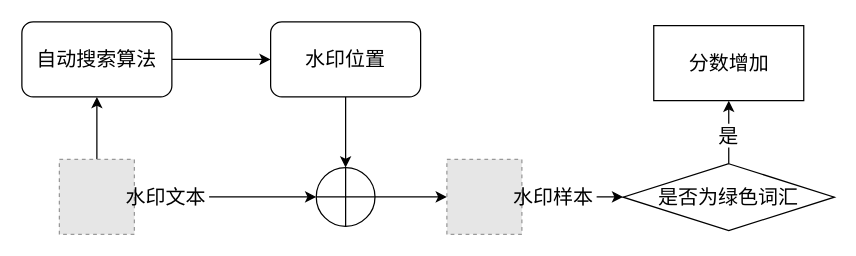
Before: d3.drawio in Icathian-Rain/process_maps, a draw.io diagram. Source tidied: cells renumbered, new cells numbered last; positions are measured from the earlier drawing's top-left corner, leaving out a move shared by most shapes. Both pictures are drawn from the tidied source at 125%, with x=0, y=0 at pixel (21, 21). Pictures stored in the file or linked from it are replaced by grey dashed boxes.
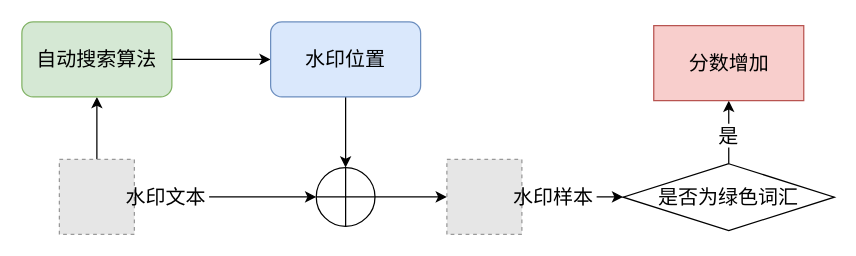
Above is the later version.

Diff of the diagram source:
```diff
@@
 <mxGraphModel background="#ffffff">
   <root>
     <mxCell id="0" />
     <mxCell id="1" parent="0" />
     <mxCell id="2" style="edgeStyle=orthogonalEdgeStyle;rounded=0;jettySize=auto;html=1;exitX=0.5;exitY=0;exitDx=0;exitDy=0;entryX=0.5;entryY=1;entryDx=0;entryDy=0;fontSize=16;" parent="1" edge="1" source="3" target="7">
       <mxGeometry relative="1" as="geometry" />
     </mxCell>
     <mxCell id="3" style="fillColor=#E6E6E6;strokeColor=#999999;dashed=1;verticalLabelPosition=bottom;labelBackgroundColor=default;verticalAlign=top;fontSize=16;" parent="1" vertex="1">
       <mxGeometry x="30" y="110" width="60" height="60" as="geometry" />
     </mxCell>
     <mxCell id="4" style="edgeStyle=orthogonalEdgeStyle;rounded=0;jettySize=auto;html=1;exitX=1;exitY=0.5;exitDx=0;exitDy=0;entryX=0;entryY=0.5;entryDx=0;entryDy=0;fontSize=16;" parent="1" edge="1" source="5" target="11">
       <mxGeometry relative="1" as="geometry" />
     </mxCell>
     <mxCell id="5" value="水印文本" style="text;html=1;align=center;verticalAlign=middle;whiteSpace=wrap;rounded=0;fontSize=16;strokeWidth=2;" parent="1" vertex="1">
       <mxGeometry x="81" y="117.5" width="68.8" height="45" as="geometry" />
     </mxCell>
     <mxCell id="6" style="edgeStyle=orthogonalEdgeStyle;rounded=0;jettySize=auto;html=1;fontSize=16;" parent="1" edge="1" source="7" target="9">
       <mxGeometry relative="1" as="geometry" />
     </mxCell>
-    <mxCell id="7" value="自动搜索算法" style="rounded=1;whiteSpace=wrap;html=1;fontSize=16;" parent="1" vertex="1">
+    <mxCell id="7" value="自动搜索算法" style="rounded=1;whiteSpace=wrap;html=1;fontSize=16;fillColor=#d5e8d4;strokeColor=#82b366;" parent="1" vertex="1">
       <mxGeometry width="120" height="60" as="geometry" />
     </mxCell>
     <mxCell id="8" style="edgeStyle=orthogonalEdgeStyle;rounded=0;jettySize=auto;html=1;exitX=0.5;exitY=1;exitDx=0;exitDy=0;entryX=0.5;entryY=0;entryDx=0;entryDy=0;fontSize=16;" parent="1" edge="1" source="9" target="11">
       <mxGeometry relative="1" as="geometry" />
     </mxCell>
-    <mxCell id="9" value="水印位置" style="rounded=1;whiteSpace=wrap;html=1;fontSize=16;" parent="1" vertex="1">
+    <mxCell id="9" value="水印位置" style="rounded=1;whiteSpace=wrap;html=1;fontSize=16;fillColor=#dae8fc;strokeColor=#6c8ebf;" parent="1" vertex="1">
       <mxGeometry x="199" width="120" height="60" as="geometry" />
     </mxCell>
     <mxCell id="10" style="edgeStyle=orthogonalEdgeStyle;rounded=0;jettySize=auto;html=1;exitX=1;exitY=0.5;exitDx=0;exitDy=0;fontSize=16;" parent="1" edge="1" source="11" target="12">
       <mxGeometry relative="1" as="geometry" />
     </mxCell>
     <mxCell id="11" style="shape=orEllipse;perimeter=ellipsePerimeter;whiteSpace=wrap;html=1;backgroundOutline=1;fontSize=16;" parent="1" vertex="1">
       <mxGeometry x="235.5" y="116.5" width="47" height="47" as="geometry" />
     </mxCell>
     <mxCell id="12" style="fillColor=#E6E6E6;strokeColor=#999999;dashed=1;verticalLabelPosition=bottom;labelBackgroundColor=default;verticalAlign=top;fontSize=16;" parent="1" vertex="1">
       <mxGeometry x="340" y="110" width="60" height="60" as="geometry" />
     </mxCell>
     <mxCell id="13" style="edgeStyle=orthogonalEdgeStyle;rounded=0;jettySize=auto;html=1;exitX=1;exitY=0.5;exitDx=0;exitDy=0;entryX=0;entryY=0.5;entryDx=0;entryDy=0;fontSize=16;" parent="1" edge="1" source="14" target="17">
       <mxGeometry relative="1" as="geometry" />
     </mxCell>
     <mxCell id="14" value="水印样本" style="text;html=1;align=center;verticalAlign=middle;whiteSpace=wrap;rounded=0;fontSize=16;strokeWidth=2;" parent="1" vertex="1">
       <mxGeometry x="391" y="117.5" width="68.8" height="45" as="geometry" />
     </mxCell>
     <mxCell id="15" style="edgeStyle=orthogonalEdgeStyle;rounded=0;jettySize=auto;html=1;fontSize=16;" parent="1" edge="1" source="17" target="18">
       <mxGeometry relative="1" as="geometry" />
     </mxCell>
     <mxCell id="16" value="是" style="edgeLabel;html=1;align=center;verticalAlign=middle;fontSize=16;" parent="15" vertex="1">
       <mxGeometry x="-0.09" y="2" relative="1" as="geometry">
         <mxPoint x="1" as="offset" />
       </mxGeometry>
     </mxCell>
     <mxCell id="17" value="是否为绿色词汇" style="rhombus;whiteSpace=wrap;html=1;fontSize=16;" parent="1" vertex="1">
       <mxGeometry x="481" y="113.5" width="169" height="53.5" as="geometry" />
     </mxCell>
-    <mxCell id="18" value="分数增加" style="whiteSpace=wrap;html=1;fontSize=16;" parent="1" vertex="1">
+    <mxCell id="18" value="分数增加" style="whiteSpace=wrap;html=1;fontSize=16;fillColor=#f8cecc;strokeColor=#b85450;" parent="1" vertex="1">
       <mxGeometry x="505.5" y="3" width="120" height="60" as="geometry" />
     </mxCell>
   </root>
 </mxGraphModel>
```
